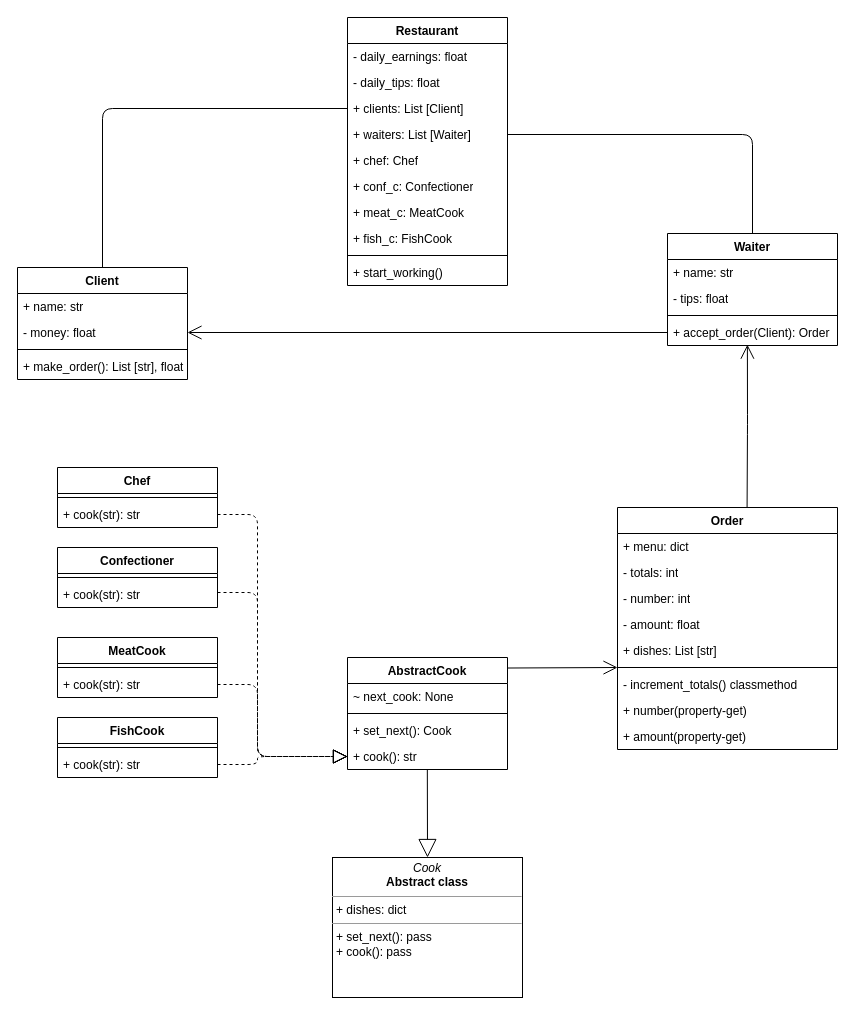
banchinche/python-education keeps this draw.io diagram as python/oop/practice/Restaurant.drawio. Above is the earlier version. Source tidied: cells renumbered, new cells numbered last; positions are measured from the earlier drawing's top-left corner, leaving out a move shared by most shapes. Both pictures are drawn from the tidied source at 100%, with x=0, y=0 at pixel (17, 17).
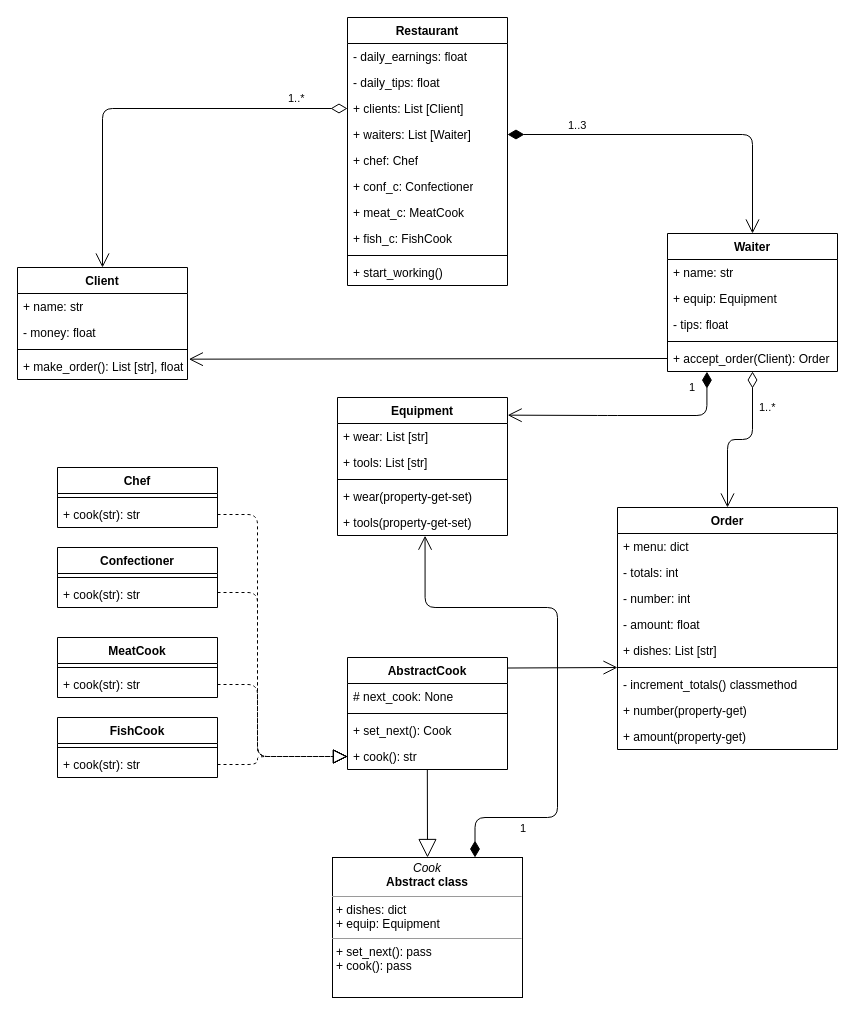
The same diagram, later.

Commit message:
Changed classes structure in UML diagram (added aggregation & composition)

The change refers to these unchanged cells:
```xml
<mxCell id="6" value="+ clients: List [Client]" style="text;html=1;strokeColor=none;fillColor=none;align=left;verticalAlign=top;spacingLeft=4;spacingRight=4;whiteSpace=wrap;overflow=hidden;points=[[0,0.5],[1,0.5]];portConstraint=eastwest;" parent="3" vertex="1">
  <mxGeometry y="78" width="160" height="26" as="geometry" />
</mxCell>
<mxCell id="7" value="+ waiters: List [Waiter]" style="text;html=1;strokeColor=none;fillColor=none;align=left;verticalAlign=top;spacingLeft=4;spacingRight=4;whiteSpace=wrap;overflow=hidden;points=[[0,0.5],[1,0.5]];portConstraint=eastwest;" parent="3" vertex="1">
  <mxGeometry y="104" width="160" height="26" as="geometry" />
</mxCell>
<mxCell id="14" value="Order" style="swimlane;fontStyle=1;align=center;verticalAlign=top;horizontal=1;startSize=26;" parent="1" vertex="1">
  <mxGeometry x="600" y="490" width="220" height="242" as="geometry" />
</mxCell>
<mxCell id="29" value="Client" style="swimlane;fontStyle=1;align=center;verticalAlign=top;horizontal=1;startSize=26;" parent="1" vertex="1">
  <mxGeometry y="250" width="170" height="112" as="geometry" />
</mxCell>
<mxCell id="31" value="- money: float" style="text;html=1;strokeColor=none;fillColor=none;align=left;verticalAlign=top;spacingLeft=4;spacingRight=4;whiteSpace=wrap;overflow=hidden;points=[[0,0.5],[1,0.5]];portConstraint=eastwest;" parent="29" vertex="1">
  <mxGeometry y="52" width="170" height="26" as="geometry" />
</mxCell>
<mxCell id="33" value="+ make_order(): List [str], float" style="text;strokeColor=none;fillColor=none;align=left;verticalAlign=top;spacingLeft=4;spacingRight=4;overflow=hidden;points=[[0,0.5],[1,0.5]];portConstraint=eastwest;" parent="29" vertex="1">
  <mxGeometry y="86" width="170" height="26" as="geometry" />
</mxCell>
<mxCell id="46" value="AbstractCook" style="swimlane;fontStyle=1;align=center;verticalAlign=top;horizontal=1;startSize=26;" parent="1" vertex="1">
  <mxGeometry x="330" y="640" width="160" height="112" as="geometry" />
</mxCell>
```

What changed in the source:
```diff
@@
-    <mxCell id="2" value="&lt;p style=&quot;margin: 0px ; margin-top: 4px ; text-align: center&quot;&gt;&lt;i&gt;Cook&lt;/i&gt;&lt;br&gt;&lt;b&gt;Abstract class&lt;/b&gt;&lt;/p&gt;&lt;hr size=&quot;1&quot;&gt;&lt;p style=&quot;margin: 0px ; margin-left: 4px&quot;&gt;+ dishes: dict&lt;/p&gt;&lt;hr size=&quot;1&quot;&gt;&lt;p style=&quot;margin: 0px ; margin-left: 4px&quot;&gt;+ set_next(): pass&lt;/p&gt;&lt;p style=&quot;margin: 0px ; margin-left: 4px&quot;&gt;+ cook(): pass&lt;/p&gt;&lt;p style=&quot;margin: 0px ; margin-left: 4px&quot;&gt;&lt;br&gt;&lt;/p&gt;" style="verticalAlign=top;align=left;overflow=fill;fontSize=12;fontFamily=Helvetica;html=1;rounded=0;shadow=0;comic=0;labelBackgroundColor=none;strokeWidth=1;" parent="1" vertex="1">
+    <mxCell id="2" value="&lt;p style=&quot;margin: 0px ; margin-top: 4px ; text-align: center&quot;&gt;&lt;i&gt;Cook&lt;/i&gt;&lt;br&gt;&lt;b&gt;Abstract class&lt;/b&gt;&lt;/p&gt;&lt;hr size=&quot;1&quot;&gt;&lt;p style=&quot;margin: 0px ; margin-left: 4px&quot;&gt;+ dishes: dict&lt;/p&gt;&lt;p style=&quot;margin: 0px ; margin-left: 4px&quot;&gt;+ equip: Equipment&lt;/p&gt;&lt;hr size=&quot;1&quot;&gt;&lt;p style=&quot;margin: 0px ; margin-left: 4px&quot;&gt;+ set_next(): pass&lt;/p&gt;&lt;p style=&quot;margin: 0px ; margin-left: 4px&quot;&gt;+ cook(): pass&lt;/p&gt;&lt;p style=&quot;margin: 0px ; margin-left: 4px&quot;&gt;&lt;br&gt;&lt;/p&gt;" style="verticalAlign=top;align=left;overflow=fill;fontSize=12;fontFamily=Helvetica;html=1;rounded=0;shadow=0;comic=0;labelBackgroundColor=none;strokeWidth=1;" parent="1" vertex="1">
       <mxGeometry x="315" y="840" width="190" height="140" as="geometry" />
     </mxCell>
@@
     <mxCell id="24" value="Waiter" style="swimlane;fontStyle=1;align=center;verticalAlign=top;horizontal=1;startSize=26;" parent="1" vertex="1">
-      <mxGeometry x="650" y="216" width="170" height="112" as="geometry" />
+      <mxGeometry x="650" y="216" width="170" height="138" as="geometry" />
     </mxCell>
@@
+    <mxCell id="61" value="+ equip: Equipment" style="text;html=1;strokeColor=none;fillColor=none;align=left;verticalAlign=top;spacingLeft=4;spacingRight=4;whiteSpace=wrap;overflow=hidden;" parent="24" vertex="1">
+      <mxGeometry y="52" width="170" height="26" as="geometry" />
+    </mxCell>
     <mxCell id="26" value="- tips: float" style="text;html=1;strokeColor=none;fillColor=none;align=left;verticalAlign=top;spacingLeft=4;spacingRight=4;whiteSpace=wrap;overflow=hidden;" parent="24" vertex="1">
-      <mxGeometry y="52" width="170" height="26" as="geometry" />
+      <mxGeometry y="78" width="170" height="26" as="geometry" />
     </mxCell>
     <mxCell id="27" style="line;strokeWidth=1;fillColor=none;align=left;verticalAlign=middle;spacingTop=-1;spacingLeft=3;spacingRight=3;labelPosition=right;" parent="24" vertex="1">
-      <mxGeometry y="78" width="170" height="8" as="geometry" />
+      <mxGeometry y="104" width="170" height="8" as="geometry" />
     </mxCell>
     <mxCell id="28" value="+ accept_order(Client): Order" style="text;strokeColor=none;fillColor=none;align=left;verticalAlign=top;spacingLeft=4;spacingRight=4;overflow=hidden;points=[[0,0.5],[1,0.5]];portConstraint=eastwest;" parent="24" vertex="1">
-      <mxGeometry y="86" width="170" height="26" as="geometry" />
+      <mxGeometry y="112" width="170" height="26" as="geometry" />
     </mxCell>
@@
-    <mxCell id="47" value="~ next_cook: None" style="text;strokeColor=none;fillColor=none;align=left;verticalAlign=top;spacingLeft=4;spacingRight=4;overflow=hidden;" parent="46" vertex="1">
+    <mxCell id="47" value="# next_cook: None" style="text;strokeColor=none;fillColor=none;align=left;verticalAlign=top;spacingLeft=4;spacingRight=4;overflow=hidden;" parent="46" vertex="1">
       <mxGeometry y="26" width="160" height="26" as="geometry" />
     </mxCell>
@@
-    <mxCell id="51" style="endArrow=none;html=1;edgeStyle=orthogonalEdgeStyle;exitX=0.5;exitY=0;exitDx=0;exitDy=0;entryX=0;entryY=0.5;entryDx=0;entryDy=0;" parent="1" edge="1" source="29" target="6">
-      <mxGeometry relative="1" as="geometry" />
-    </mxCell>
-    <mxCell id="52" style="endArrow=none;html=1;edgeStyle=orthogonalEdgeStyle;exitX=0.5;exitY=0;exitDx=0;exitDy=0;entryX=1;entryY=0.5;entryDx=0;entryDy=0;" parent="1" edge="1" source="24" target="7">
-      <mxGeometry relative="1" as="geometry" />
-    </mxCell>
-    <mxCell id="53" style="endArrow=open;endFill=1;endSize=12;html=1;entryX=1;entryY=0.5;entryDx=0;entryDy=0;exitX=0;exitY=0.5;exitDx=0;exitDy=0;" parent="1" edge="1" source="28" target="31">
+    <mxCell id="53" style="endArrow=open;endFill=1;endSize=12;html=1;entryX=1.008;entryY=0.218;entryDx=0;entryDy=0;exitX=0;exitY=0.5;exitDx=0;exitDy=0;entryPerimeter=0;" parent="1" edge="1" source="28" target="33">
       <mxGeometry relative="1" as="geometry" />
     </mxCell>
-    <mxCell id="54" style="endArrow=open;endFill=1;endSize=12;html=1;exitX=0.589;exitY=-0.002;exitDx=0;exitDy=0;exitPerimeter=0;entryX=0.47;entryY=0.968;entryDx=0;entryDy=0;entryPerimeter=0;" parent="1" edge="1" source="14" target="28">
-      <mxGeometry relative="1" as="geometry">
-        <Array as="points">
-          <mxPoint x="730" y="407" />
-        </Array>
-      </mxGeometry>
-    </mxCell>
@@
+    <mxCell id="62" value="1..3" style="endArrow=open;html=1;endSize=12;startArrow=diamondThin;startSize=14;startFill=1;edgeStyle=orthogonalEdgeStyle;align=left;verticalAlign=bottom;entryX=0.5;entryY=0;entryDx=0;entryDy=0;exitX=1;exitY=0.5;exitDx=0;exitDy=0;" parent="1" edge="1" source="7" target="24">
+      <mxGeometry x="-0.65" relative="1" as="geometry">
+        <mxPoint x="-1" as="offset" />
+      </mxGeometry>
+    </mxCell>
+    <mxCell id="63" value="1..*" style="endArrow=open;html=1;endSize=12;startArrow=diamondThin;startSize=14;startFill=0;edgeStyle=orthogonalEdgeStyle;align=left;verticalAlign=bottom;exitX=0.5;exitY=1;exitDx=0;exitDy=0;entryX=0.5;entryY=0;entryDx=0;entryDy=0;" parent="1" edge="1" source="24" target="14">
+      <mxGeometry x="-0.44" y="5" relative="1" as="geometry" />
+    </mxCell>
+    <mxCell id="64" value="1..*" style="endArrow=open;html=1;endSize=12;startArrow=diamondThin;startSize=14;startFill=0;edgeStyle=orthogonalEdgeStyle;align=left;verticalAlign=bottom;exitX=0;exitY=0.5;exitDx=0;exitDy=0;entryX=0.5;entryY=0;entryDx=0;entryDy=0;" parent="1" edge="1" source="6" target="29">
+      <mxGeometry x="-0.7" y="-1" relative="1" as="geometry" />
+    </mxCell>
+    <mxCell id="65" value="Equipment" style="swimlane;fontStyle=1;align=center;verticalAlign=top;horizontal=1;startSize=26;" parent="1" vertex="1">
+      <mxGeometry x="320" y="380" width="170" height="138" as="geometry" />
+    </mxCell>
+    <mxCell id="66" value="+ wear: List [str]" style="text;html=1;strokeColor=none;fillColor=none;align=left;verticalAlign=top;spacingLeft=4;spacingRight=4;whiteSpace=wrap;overflow=hidden;" parent="65" vertex="1">
+      <mxGeometry y="26" width="170" height="26" as="geometry" />
+    </mxCell>
+    <mxCell id="67" value="+ tools: List [str]" style="text;html=1;strokeColor=none;fillColor=none;align=left;verticalAlign=top;spacingLeft=4;spacingRight=4;whiteSpace=wrap;overflow=hidden;" parent="65" vertex="1">
+      <mxGeometry y="52" width="170" height="26" as="geometry" />
+    </mxCell>
+    <mxCell id="68" style="line;strokeWidth=1;fillColor=none;align=left;verticalAlign=middle;spacingTop=-1;spacingLeft=3;spacingRight=3;labelPosition=right;" parent="65" vertex="1">
+      <mxGeometry y="78" width="170" height="8" as="geometry" />
+    </mxCell>
+    <mxCell id="69" value="+ wear(property-get-set)" style="text;strokeColor=none;fillColor=none;align=left;verticalAlign=top;spacingLeft=4;spacingRight=4;overflow=hidden;" parent="65" vertex="1">
+      <mxGeometry y="86" width="170" height="26" as="geometry" />
+    </mxCell>
+    <mxCell id="70" value="+ tools(property-get-set)" style="text;strokeColor=none;fillColor=none;align=left;verticalAlign=top;spacingLeft=4;spacingRight=4;overflow=hidden;points=[[0,0.5],[1,0.5]];portConstraint=eastwest;" parent="65" vertex="1">
+      <mxGeometry y="112" width="170" height="26" as="geometry" />
+    </mxCell>
+    <mxCell id="71" value="1" style="endArrow=open;html=1;endSize=12;startArrow=diamondThin;startSize=14;startFill=1;edgeStyle=orthogonalEdgeStyle;align=left;verticalAlign=bottom;entryX=0.515;entryY=1.007;entryDx=0;entryDy=0;entryPerimeter=0;exitX=0.75;exitY=0;exitDx=0;exitDy=0;" parent="1" edge="1" source="2" target="70">
+      <mxGeometry x="-0.69" y="-20" relative="1" as="geometry">
+        <Array as="points">
+          <mxPoint x="458" y="800" />
+          <mxPoint x="540" y="800" />
+          <mxPoint x="540" y="590" />
+          <mxPoint x="408" y="590" />
+        </Array>
+      </mxGeometry>
+    </mxCell>
+    <mxCell id="72" value="1" style="endArrow=open;html=1;endSize=12;startArrow=diamondThin;startSize=14;startFill=1;edgeStyle=orthogonalEdgeStyle;align=left;verticalAlign=bottom;entryX=1.001;entryY=0.128;entryDx=0;entryDy=0;entryPerimeter=0;exitX=0.232;exitY=1.006;exitDx=0;exitDy=0;exitPerimeter=0;" parent="1" edge="1" source="28" target="65">
+      <mxGeometry x="-0.48" y="-19" relative="1" as="geometry">
+        <Array as="points">
+          <mxPoint x="689" y="398" />
+          <mxPoint x="590" y="398" />
+        </Array>
+      </mxGeometry>
+    </mxCell>
```
